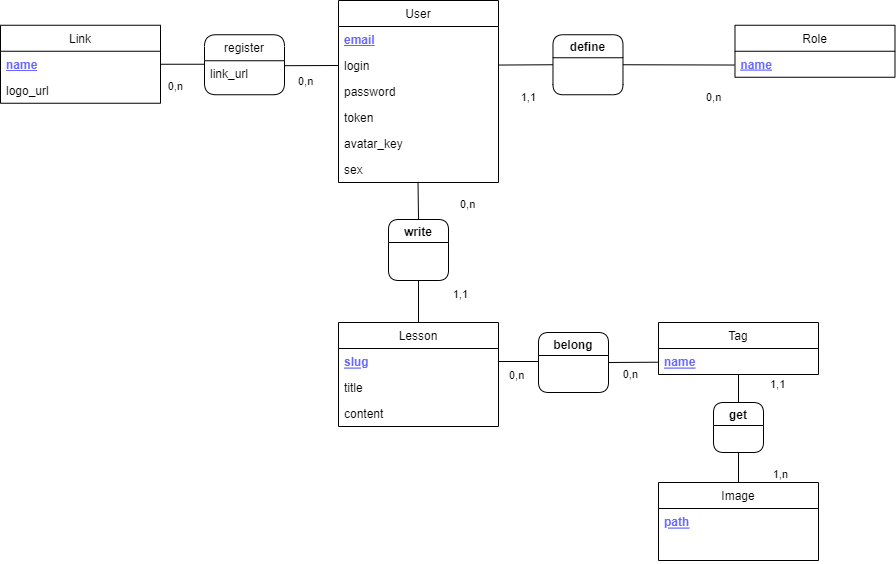
The draw.io diagram data/MCD.drawio.png in aviateur22/mylesson_v2_back, before a commit. Source tidied: cells renumbered, new cells last; positions are measured from the earlier drawing's top-left corner, leaving out a move shared by most shapes.
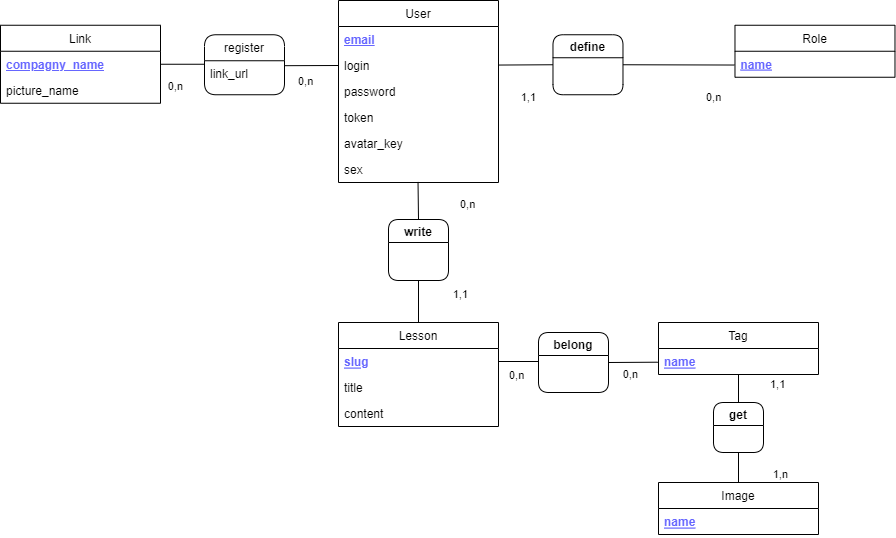
The same diagram one commit later.

Change to the diagram source:
```diff
@@ -48,14 +48,11 @@
       <mxGeometry y="26" width="160" height="26" as="geometry" />
     </mxCell>
     <mxCell id="17" value="Image" style="swimlane;fontStyle=0;horizontal=1;startSize=26;" parent="1" vertex="1">
-      <mxGeometry x="658" y="482" width="160" height="78" as="geometry" />
+      <mxGeometry x="658" y="482" width="160" height="52" as="geometry" />
     </mxCell>
-    <mxCell id="18" value="path" style="text;strokeColor=none;fillColor=none;align=left;verticalAlign=top;spacingLeft=4;spacingRight=4;overflow=hidden;fontStyle=5;fontColor=#6666FF;" parent="17" vertex="1">
+    <mxCell id="18" value="name" style="text;strokeColor=none;fillColor=none;align=left;verticalAlign=top;spacingLeft=4;spacingRight=4;overflow=hidden;fontStyle=5;fontColor=#6666FF;" parent="17" vertex="1">
       <mxGeometry y="26" width="160" height="26" as="geometry" />
     </mxCell>
-    <mxCell id="19" value="name" style="text;strokeColor=none;fillColor=none;align=left;verticalAlign=top;spacingLeft=4;spacingRight=4;overflow=hidden;fontStyle=0;fontColor=#FFFFFF;" parent="17" vertex="1">
-      <mxGeometry y="52" width="160" height="26" as="geometry" />
-    </mxCell>
     <mxCell id="20" style="endArrow=none;html=1;entryX=0.497;entryY=0.979;entryDx=0;entryDy=0;entryPerimeter=0;endFill=0;exitX=0.5;exitY=0;exitDx=0;exitDy=0;" parent="1" edge="1" source="38" target="8">
       <mxGeometry relative="1" as="geometry" />
     </mxCell>
@@ -138,10 +135,10 @@
     <mxCell id="40" value="Link" style="swimlane;fontStyle=0;horizontal=1;startSize=26;" parent="1" vertex="1">
       <mxGeometry y="24.8" width="160" height="78" as="geometry" />
     </mxCell>
-    <mxCell id="41" value="name" style="text;strokeColor=none;fillColor=none;align=left;verticalAlign=top;spacingLeft=4;spacingRight=4;overflow=hidden;points=[[0,0.5],[1,0.5]];portConstraint=eastwest;fontStyle=5;fontColor=#6666FF;html=1;" parent="40" vertex="1">
+    <mxCell id="41" value="compagny_name" style="text;strokeColor=none;fillColor=none;align=left;verticalAlign=top;spacingLeft=4;spacingRight=4;overflow=hidden;points=[[0,0.5],[1,0.5]];portConstraint=eastwest;fontStyle=5;fontColor=#6666FF;html=1;" parent="40" vertex="1">
       <mxGeometry y="26" width="160" height="26" as="geometry" />
     </mxCell>
-    <mxCell id="42" value="logo_url" style="text;strokeColor=none;fillColor=none;align=left;verticalAlign=top;spacingLeft=4;spacingRight=4;overflow=hidden;" parent="40" vertex="1">
+    <mxCell id="42" value="picture_name" style="text;strokeColor=none;fillColor=none;align=left;verticalAlign=top;spacingLeft=4;spacingRight=4;overflow=hidden;" parent="40" vertex="1">
       <mxGeometry y="52" width="160" height="26" as="geometry" />
     </mxCell>
     <mxCell id="43" value="register" style="swimlane;fontStyle=0;horizontal=1;startSize=26;rounded=1;" parent="1" vertex="1">
```
